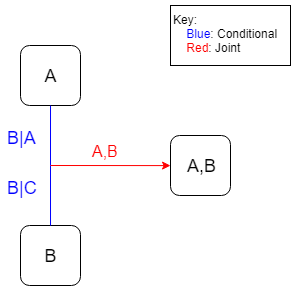
This is 03_methodology/figs/metric_graph.png from AMRakibulHasan/Sweet_Thesis, a draw.io export, as it was before one commit. Source tidied: cells renumbered, new cells last; positions are measured from the earlier drawing's top-left corner, leaving out a move shared by most shapes. Its diagram source:
```xml
<mxGraphModel>
  <root>
    <mxCell id="0" />
    <mxCell id="1" parent="0" />
    <mxCell id="2" value="&lt;font style=&quot;font-size: 18px&quot;&gt;A&lt;/font&gt;" style="rounded=1;whiteSpace=wrap;html=1;" parent="1" vertex="1">
      <mxGeometry x="15" y="40" width="60" height="60" as="geometry" />
    </mxCell>
    <mxCell id="3" value="&lt;font style=&quot;font-size: 18px&quot;&gt;B&lt;/font&gt;" style="rounded=1;whiteSpace=wrap;html=1;" parent="1" vertex="1">
      <mxGeometry x="15" y="220" width="60" height="60" as="geometry" />
    </mxCell>
    <mxCell id="4" value="&lt;font style=&quot;font-size: 18px&quot;&gt;A,B&lt;/font&gt;" style="rounded=1;whiteSpace=wrap;html=1;" parent="1" vertex="1">
      <mxGeometry x="165" y="130" width="60" height="60" as="geometry" />
    </mxCell>
    <mxCell id="5" style="endArrow=none;html=1;entryX=0.5;entryY=1;entryDx=0;entryDy=0;strokeColor=#0000FF;" parent="1" edge="1" target="2">
      <mxGeometry relative="1" as="geometry">
        <mxPoint x="45" y="160" as="sourcePoint" />
      </mxGeometry>
    </mxCell>
    <mxCell id="6" style="endArrow=none;html=1;exitX=0.5;exitY=0;exitDx=0;exitDy=0;strokeColor=#0000FF;" parent="1" edge="1" source="3">
      <mxGeometry relative="1" as="geometry">
        <mxPoint x="45" y="160" as="targetPoint" />
      </mxGeometry>
    </mxCell>
    <mxCell id="7" style="endArrow=classic;html=1;entryX=0;entryY=0.5;entryDx=0;entryDy=0;strokeColor=#FF0000;" parent="1" edge="1" target="4">
      <mxGeometry relative="1" as="geometry">
        <mxPoint x="45" y="160" as="sourcePoint" />
      </mxGeometry>
    </mxCell>
    <mxCell id="8" value="&lt;font style=&quot;font-size: 18px&quot; color=&quot;#0000ff&quot;&gt;B|A&lt;/font&gt;" style="text;html=1;align=left;verticalAlign=top;spacingTop=-4;rotation=0;strokeColor=none;" parent="1" vertex="1">
      <mxGeometry y="120" width="40" height="20" as="geometry" />
    </mxCell>
    <mxCell id="9" value="&lt;font style=&quot;font-size: 18px&quot; color=&quot;#0000ff&quot;&gt;B|C&lt;/font&gt;" style="text;html=1;align=left;verticalAlign=top;spacingTop=-4;rotation=0;strokeColor=none;" parent="1" vertex="1">
      <mxGeometry y="170" width="50" height="20" as="geometry" />
    </mxCell>
    <mxCell id="10" value="&lt;font style=&quot;font-size: 16px&quot; color=&quot;#ff0000&quot;&gt;A,B&lt;/font&gt;" style="text;html=1;align=left;verticalAlign=top;spacingTop=-4;" parent="1" vertex="1">
      <mxGeometry x="85" y="134" width="40" height="20" as="geometry" />
    </mxCell>
    <mxCell id="11" value="Key:&lt;br&gt;&amp;nbsp; &amp;nbsp; &lt;font color=&quot;#0000ff&quot;&gt;Blue&lt;/font&gt;: Conditional&lt;br&gt;&amp;nbsp; &amp;nbsp; &lt;font color=&quot;#ff0000&quot;&gt;Red&lt;/font&gt;: Joint&lt;br&gt;&lt;div style=&quot;text-align: left&quot;&gt;&lt;/div&gt;" style="rounded=0;whiteSpace=wrap;html=1;strokeColor=#000000;align=left;verticalAlign=top;" parent="1" vertex="1">
      <mxGeometry x="165" width="120" height="60" as="geometry" />
    </mxCell>
  </root>
</mxGraphModel>
```
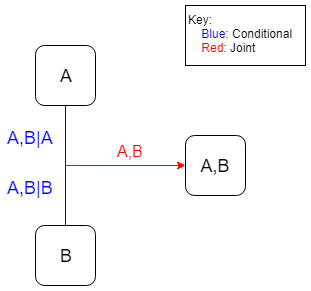
After the commit.

What changed in the source:
```diff
@@ -26,14 +26,14 @@
         <mxPoint x="45" y="160" as="sourcePoint" />
       </mxGeometry>
     </mxCell>
-    <mxCell id="8" value="&lt;font style=&quot;font-size: 18px&quot; color=&quot;#0000ff&quot;&gt;B|A&lt;/font&gt;" style="text;html=1;align=left;verticalAlign=top;spacingTop=-4;rotation=0;strokeColor=none;" parent="1" vertex="1">
-      <mxGeometry y="120" width="40" height="20" as="geometry" />
+    <mxCell id="8" value="&lt;font style=&quot;font-size: 18px&quot; color=&quot;#0000ff&quot;&gt;A,B|A&lt;/font&gt;" style="text;html=1;align=left;verticalAlign=top;spacingTop=-4;rotation=0;strokeColor=none;" parent="1" vertex="1">
+      <mxGeometry x="-15" y="120" width="60" height="20" as="geometry" />
     </mxCell>
-    <mxCell id="9" value="&lt;font style=&quot;font-size: 18px&quot; color=&quot;#0000ff&quot;&gt;B|C&lt;/font&gt;" style="text;html=1;align=left;verticalAlign=top;spacingTop=-4;rotation=0;strokeColor=none;" parent="1" vertex="1">
-      <mxGeometry y="170" width="50" height="20" as="geometry" />
+    <mxCell id="9" value="&lt;font style=&quot;font-size: 18px&quot; color=&quot;#0000ff&quot;&gt;A,B|B&lt;/font&gt;" style="text;html=1;align=left;verticalAlign=top;spacingTop=-4;rotation=0;strokeColor=none;" parent="1" vertex="1">
+      <mxGeometry x="-15" y="170" width="60" height="20" as="geometry" />
     </mxCell>
     <mxCell id="10" value="&lt;font style=&quot;font-size: 16px&quot; color=&quot;#ff0000&quot;&gt;A,B&lt;/font&gt;" style="text;html=1;align=left;verticalAlign=top;spacingTop=-4;" parent="1" vertex="1">
-      <mxGeometry x="85" y="134" width="40" height="20" as="geometry" />
+      <mxGeometry x="95" y="134" width="40" height="20" as="geometry" />
     </mxCell>
     <mxCell id="11" value="Key:&lt;br&gt;&amp;nbsp; &amp;nbsp; &lt;font color=&quot;#0000ff&quot;&gt;Blue&lt;/font&gt;: Conditional&lt;br&gt;&amp;nbsp; &amp;nbsp; &lt;font color=&quot;#ff0000&quot;&gt;Red&lt;/font&gt;: Joint&lt;br&gt;&lt;div style=&quot;text-align: left&quot;&gt;&lt;/div&gt;" style="rounded=0;whiteSpace=wrap;html=1;strokeColor=#000000;align=left;verticalAlign=top;" parent="1" vertex="1">
       <mxGeometry x="165" width="120" height="60" as="geometry" />
```
